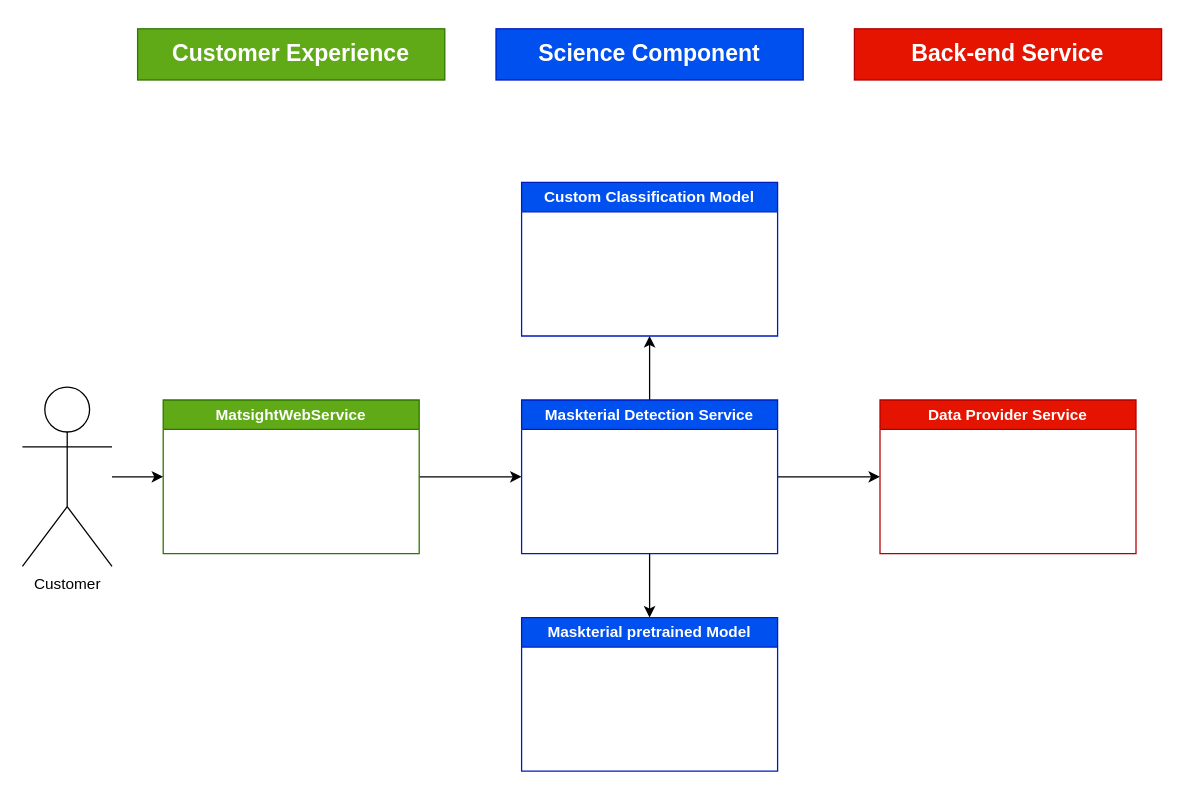
microseg/docs keeps this draw.io diagram as Diagrams/High Level Diagram.drawio. Above is the earlier version. Source tidied: cells renumbered, new cells numbered last; positions are measured from the earlier drawing's top-left corner, leaving out a move shared by most shapes. Both pictures are drawn from the tidied source at 128%, with x=0, y=0 at pixel (22, 28).
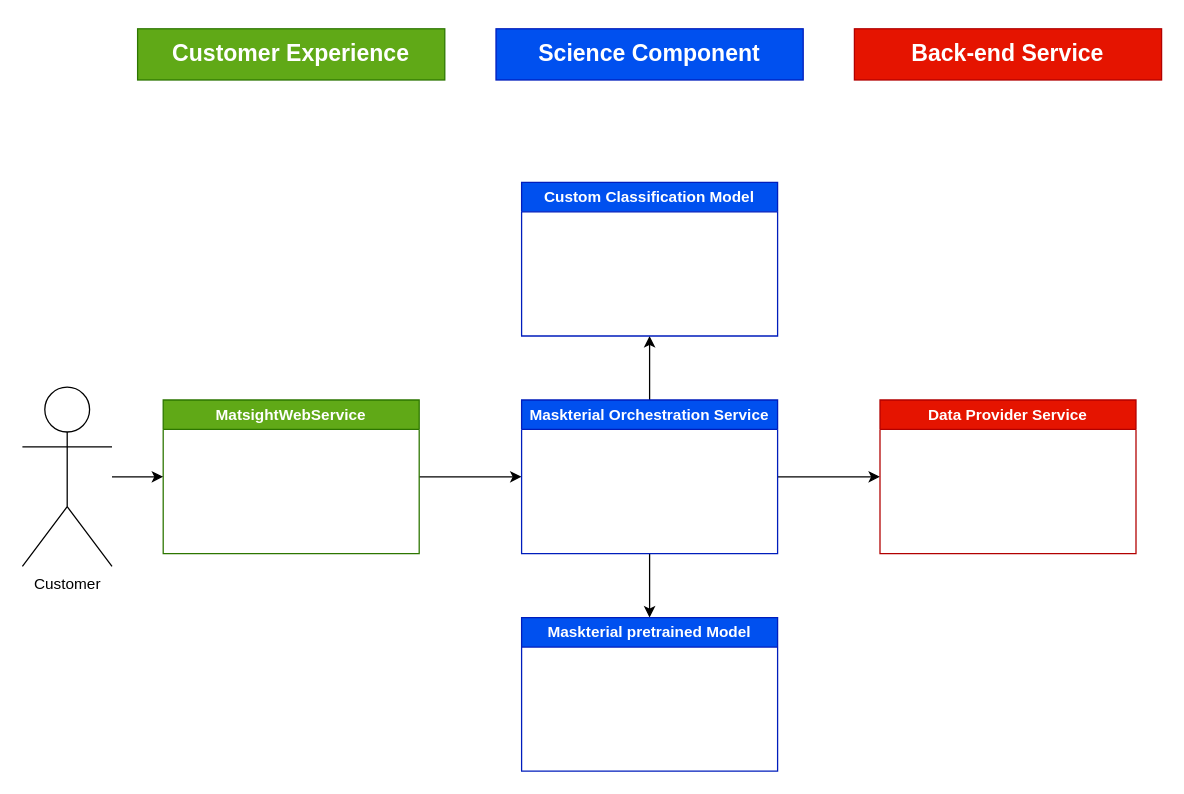
After the change.

What changed in the source:
```diff
@@
 <mxGraphModel>
   <root>
     <mxCell id="0" />
     <mxCell id="1" parent="0" />
     <mxCell id="2" value="&lt;h2&gt;Customer Experience&lt;/h2&gt;" style="rounded=0;whiteSpace=wrap;html=1;fillColor=#60a917;fontColor=#ffffff;strokeColor=#2D7600;" parent="1" vertex="1">
       <mxGeometry x="90" width="240" height="40" as="geometry" />
     </mxCell>
     <mxCell id="3" value="&lt;h2&gt;Science Component&lt;/h2&gt;" style="rounded=0;whiteSpace=wrap;html=1;fillColor=#0050ef;fontColor=#ffffff;strokeColor=#001DBC;" parent="1" vertex="1">
       <mxGeometry x="370" width="240" height="40" as="geometry" />
     </mxCell>
     <mxCell id="4" value="&lt;h2&gt;Back-end Service&lt;/h2&gt;" style="rounded=0;whiteSpace=wrap;html=1;fillColor=#e51400;fontColor=#ffffff;strokeColor=#B20000;" parent="1" vertex="1">
       <mxGeometry x="650" width="240" height="40" as="geometry" />
     </mxCell>
     <mxCell id="5" style="edgeStyle=orthogonalEdgeStyle;rounded=0;jettySize=auto;html=1;exitX=1;exitY=0.5;exitDx=0;exitDy=0;entryX=0;entryY=0.5;entryDx=0;entryDy=0;" parent="1" edge="1" source="6" target="12">
       <mxGeometry relative="1" as="geometry" />
     </mxCell>
     <mxCell id="6" value="MatsightWebService" style="swimlane;whiteSpace=wrap;html=1;fillColor=#60a917;fontColor=#ffffff;strokeColor=#2D7600;" parent="1" vertex="1">
       <mxGeometry x="110" y="290" width="200" height="120" as="geometry" />
     </mxCell>
     <mxCell id="7" value="Customer" style="shape=umlActor;verticalLabelPosition=bottom;verticalAlign=top;html=1;outlineConnect=0;" parent="1" vertex="1">
       <mxGeometry y="280" width="70" height="140" as="geometry" />
     </mxCell>
     <mxCell id="8" style="endArrow=classic;html=1;rounded=0;" parent="1" edge="1" source="7">
       <mxGeometry relative="1" as="geometry">
         <mxPoint x="110" y="350" as="targetPoint" />
       </mxGeometry>
     </mxCell>
     <mxCell id="9" style="edgeStyle=orthogonalEdgeStyle;rounded=0;jettySize=auto;html=1;exitX=0.5;exitY=1;exitDx=0;exitDy=0;entryX=0.5;entryY=0;entryDx=0;entryDy=0;" parent="1" edge="1" source="12" target="14">
       <mxGeometry relative="1" as="geometry" />
     </mxCell>
     <mxCell id="10" style="edgeStyle=orthogonalEdgeStyle;rounded=0;jettySize=auto;html=1;exitX=0.5;exitY=0;exitDx=0;exitDy=0;entryX=0.5;entryY=1;entryDx=0;entryDy=0;" parent="1" edge="1" source="12" target="13">
       <mxGeometry relative="1" as="geometry" />
     </mxCell>
     <mxCell id="11" style="edgeStyle=orthogonalEdgeStyle;rounded=0;jettySize=auto;html=1;exitX=1;exitY=0.5;exitDx=0;exitDy=0;entryX=0;entryY=0.5;entryDx=0;entryDy=0;" parent="1" edge="1" source="12" target="15">
       <mxGeometry relative="1" as="geometry" />
     </mxCell>
-    <mxCell id="12" value="Maskterial Detection Service" style="swimlane;whiteSpace=wrap;html=1;fillColor=#0050ef;fontColor=#ffffff;strokeColor=#001DBC;" parent="1" vertex="1">
+    <mxCell id="12" value="Maskterial Orchestration Service" style="swimlane;whiteSpace=wrap;html=1;fillColor=#0050ef;fontColor=#ffffff;strokeColor=#001DBC;" parent="1" vertex="1">
       <mxGeometry x="390" y="290" width="200" height="120" as="geometry" />
     </mxCell>
     <mxCell id="13" value="Custom Classification Model" style="swimlane;whiteSpace=wrap;html=1;fillColor=#0050ef;fontColor=#ffffff;strokeColor=#001DBC;" parent="1" vertex="1">
       <mxGeometry x="390" y="120" width="200" height="120" as="geometry" />
     </mxCell>
     <mxCell id="14" value="Maskterial pretrained Model" style="swimlane;whiteSpace=wrap;html=1;fillColor=#0050ef;fontColor=#ffffff;strokeColor=#001DBC;" parent="1" vertex="1">
       <mxGeometry x="390" y="460" width="200" height="120" as="geometry" />
     </mxCell>
     <mxCell id="15" value="Data Provider Service" style="swimlane;whiteSpace=wrap;html=1;fillColor=#e51400;fontColor=#ffffff;strokeColor=#B20000;" parent="1" vertex="1">
       <mxGeometry x="670" y="290" width="200" height="120" as="geometry" />
     </mxCell>
   </root>
 </mxGraphModel>
```
